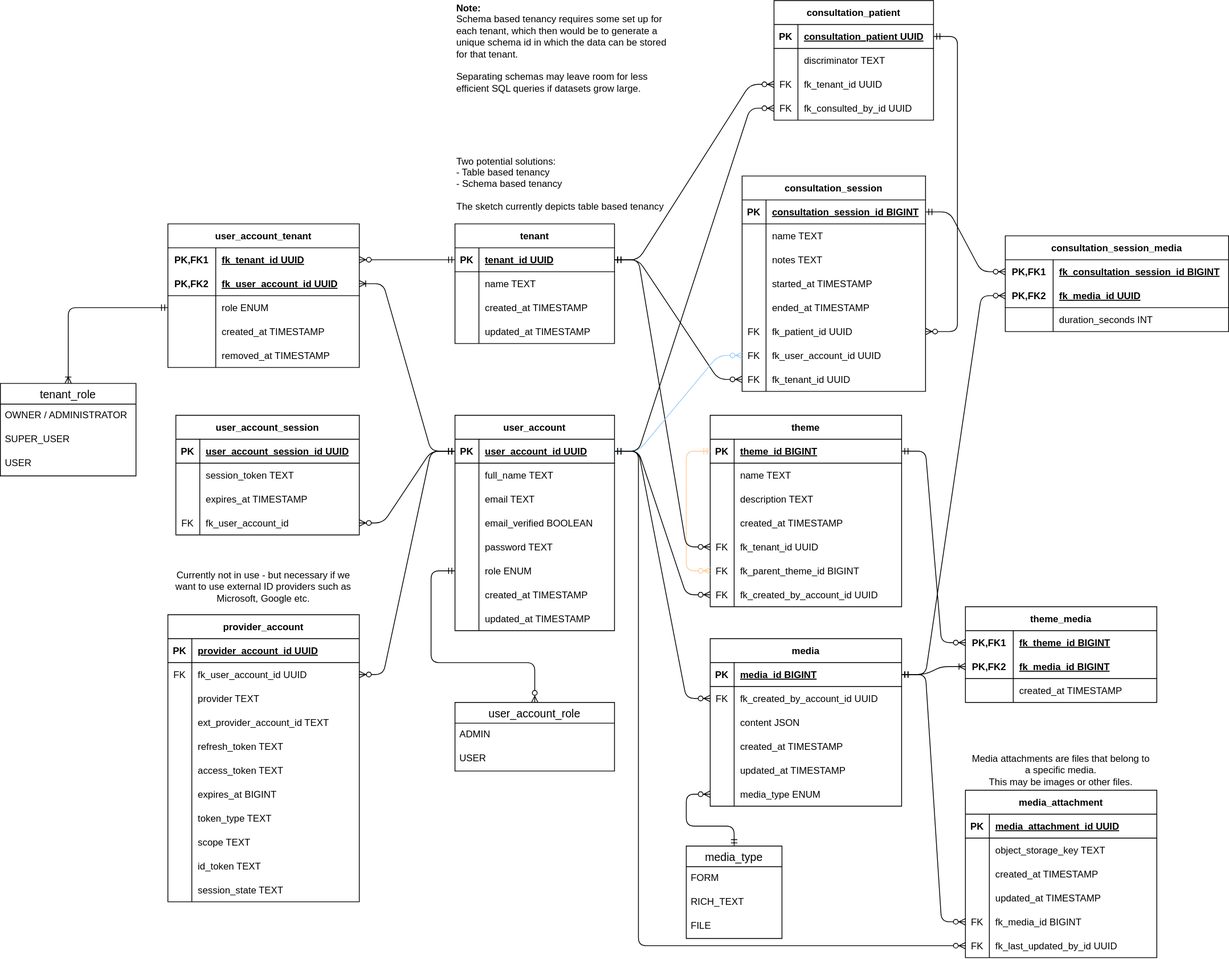
The draw.io diagram docs/erdiagram.drawio.svg in NTNU-IE-IIR/tidlig-innsats-ungdom, before a commit. Source tidied: cells renumbered, new cells last; positions are measured from the earlier drawing's top-left corner, leaving out a move shared by most shapes.
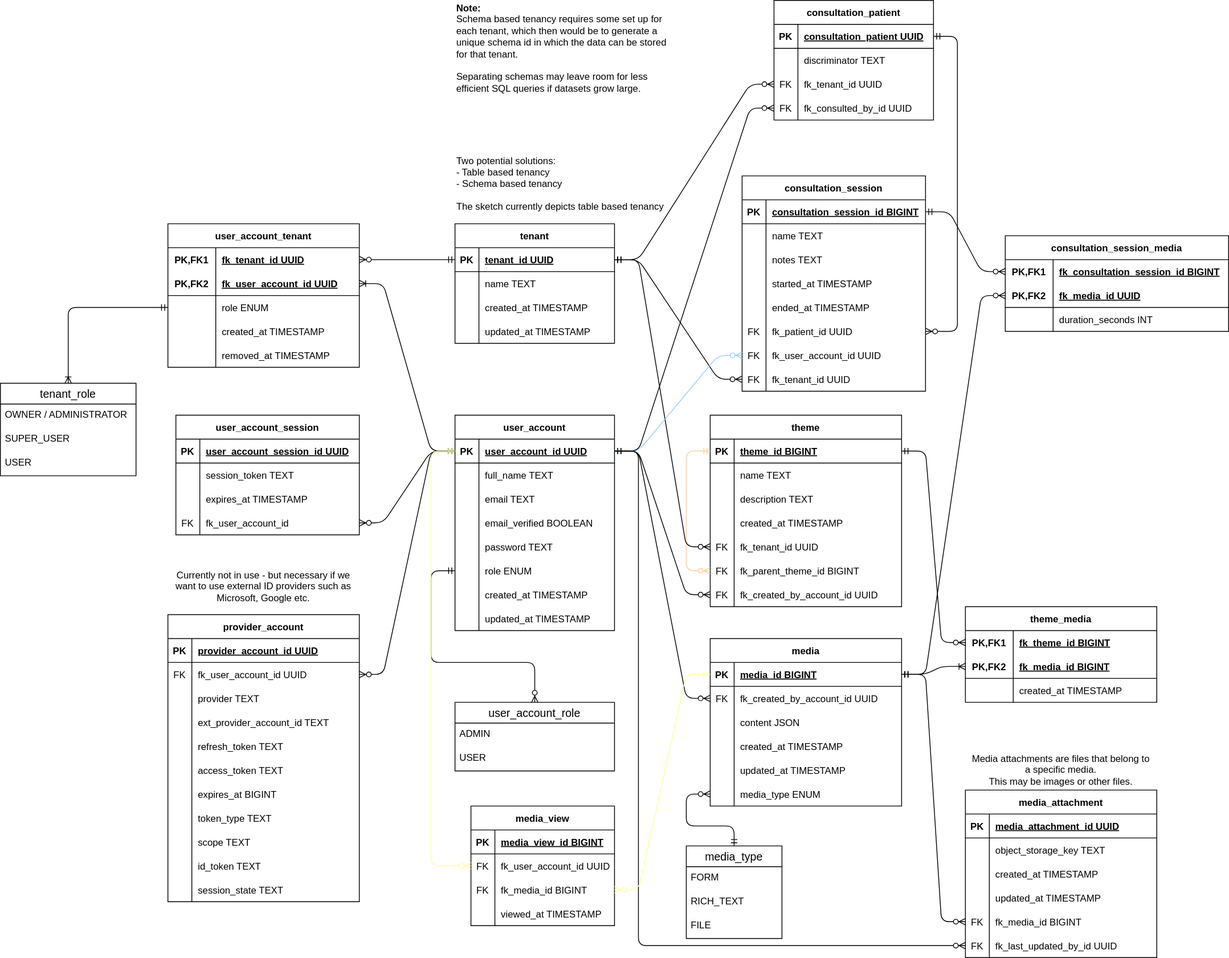
Later version of the same file.

Commit message:
docs: add table for counting media views

The edit, as a diff of the source:
```diff
@@ -797,5 +797,55 @@
     <mxCell id="257" style="edgeStyle=entityRelationEdgeStyle;fontSize=12;html=1;endArrow=ERzeroToMany;startArrow=ERmandOne;entryX=0;entryY=0.5;entryDx=0;entryDy=0;exitX=1;exitY=0.5;exitDx=0;exitDy=0;" parent="1" edge="1" source="3" target="252">
       <mxGeometry relative="1" as="geometry" />
     </mxCell>
+    <mxCell id="258" value="media_view" style="shape=table;startSize=30;rowLines=0;fontStyle=1;align=center;" parent="1" vertex="1">
+      <mxGeometry x="590" y="1010" width="180" height="150" as="geometry" />
+    </mxCell>
+    <mxCell id="259" style="shape=tableRow;horizontal=0;startSize=0;swimlaneHead=0;swimlaneBody=0;fillColor=none;top=0;left=0;right=0;bottom=1;" parent="258" vertex="1">
+      <mxGeometry y="30" width="180" height="30" as="geometry" />
+    </mxCell>
+    <mxCell id="260" value="PK" style="shape=partialRectangle;fillColor=none;top=0;left=0;bottom=0;right=0;fontStyle=1;overflow=hidden;" parent="259" vertex="1">
+      <mxGeometry width="30" height="30" as="geometry" />
+    </mxCell>
+    <mxCell id="261" value="media_view_id BIGINT" style="shape=partialRectangle;fillColor=none;top=0;left=0;bottom=0;right=0;align=left;spacingLeft=6;fontStyle=5;overflow=hidden;" parent="259" vertex="1">
+      <mxGeometry x="30" width="150" height="30" as="geometry" />
+    </mxCell>
+    <mxCell id="262" style="shape=tableRow;horizontal=0;startSize=0;swimlaneHead=0;swimlaneBody=0;fillColor=none;points=[[0,0.5],[1,0.5]];portConstraint=eastwest;top=0;left=0;right=0;bottom=0;" parent="258" vertex="1">
+      <mxGeometry y="60" width="180" height="30" as="geometry" />
+    </mxCell>
+    <mxCell id="263" value="FK" style="shape=partialRectangle;fillColor=none;top=0;left=0;bottom=0;right=0;overflow=hidden;" parent="262" vertex="1">
+      <mxGeometry width="30" height="30" as="geometry" />
+    </mxCell>
+    <mxCell id="264" value="fk_user_account_id UUID" style="shape=partialRectangle;fillColor=none;top=0;left=0;bottom=0;right=0;align=left;spacingLeft=6;overflow=hidden;" parent="262" vertex="1">
+      <mxGeometry x="30" width="150" height="30" as="geometry" />
+    </mxCell>
+    <mxCell id="265" style="shape=tableRow;horizontal=0;startSize=0;swimlaneHead=0;swimlaneBody=0;fillColor=none;points=[[0,0.5],[1,0.5]];portConstraint=eastwest;top=0;left=0;right=0;bottom=0;" parent="258" vertex="1">
+      <mxGeometry y="90" width="180" height="30" as="geometry" />
+    </mxCell>
+    <mxCell id="266" value="FK" style="shape=partialRectangle;fillColor=none;top=0;left=0;bottom=0;right=0;fontStyle=0;overflow=hidden;" parent="265" vertex="1">
+      <mxGeometry width="30" height="30" as="geometry" />
+    </mxCell>
+    <mxCell id="267" value="fk_media_id BIGINT" style="shape=partialRectangle;fillColor=none;top=0;left=0;bottom=0;right=0;align=left;spacingLeft=6;fontStyle=0;overflow=hidden;" parent="265" vertex="1">
+      <mxGeometry x="30" width="150" height="30" as="geometry" />
+    </mxCell>
+    <mxCell id="268" style="shape=tableRow;horizontal=0;startSize=0;swimlaneHead=0;swimlaneBody=0;fillColor=none;top=0;left=0;right=0;bottom=0;" parent="258" vertex="1">
+      <mxGeometry y="120" width="180" height="30" as="geometry" />
+    </mxCell>
+    <mxCell id="269" style="shape=partialRectangle;fillColor=none;top=0;left=0;bottom=0;right=0;overflow=hidden;" parent="268" vertex="1">
+      <mxGeometry width="30" height="30" as="geometry" />
+    </mxCell>
+    <mxCell id="270" value="viewed_at TIMESTAMP" style="shape=partialRectangle;fillColor=none;top=0;left=0;bottom=0;right=0;align=left;spacingLeft=6;overflow=hidden;" parent="268" vertex="1">
+      <mxGeometry x="30" width="150" height="30" as="geometry" />
+    </mxCell>
+    <mxCell id="271" style="edgeStyle=orthogonalEdgeStyle;fontSize=12;html=1;endArrow=ERzeroToMany;startArrow=ERmandOne;exitX=0;exitY=0.5;exitDx=0;exitDy=0;entryX=0;entryY=0.5;entryDx=0;entryDy=0;strokeColor=#FFFF99;" parent="1" edge="1" source="3" target="262">
+      <mxGeometry relative="1" as="geometry">
+        <Array as="points">
+          <mxPoint x="540" y="565" />
+          <mxPoint x="540" y="1085" />
+        </Array>
+      </mxGeometry>
+    </mxCell>
+    <mxCell id="272" style="edgeStyle=entityRelationEdgeStyle;fontSize=12;html=1;endArrow=ERzeroToMany;startArrow=ERmandOne;exitX=0;exitY=0.5;exitDx=0;exitDy=0;entryX=1;entryY=0.5;entryDx=0;entryDy=0;strokeColor=#FFFF99;" parent="1" edge="1" source="52" target="265">
+      <mxGeometry relative="1" as="geometry" />
+    </mxCell>
   </root>
 </mxGraphModel>
```
